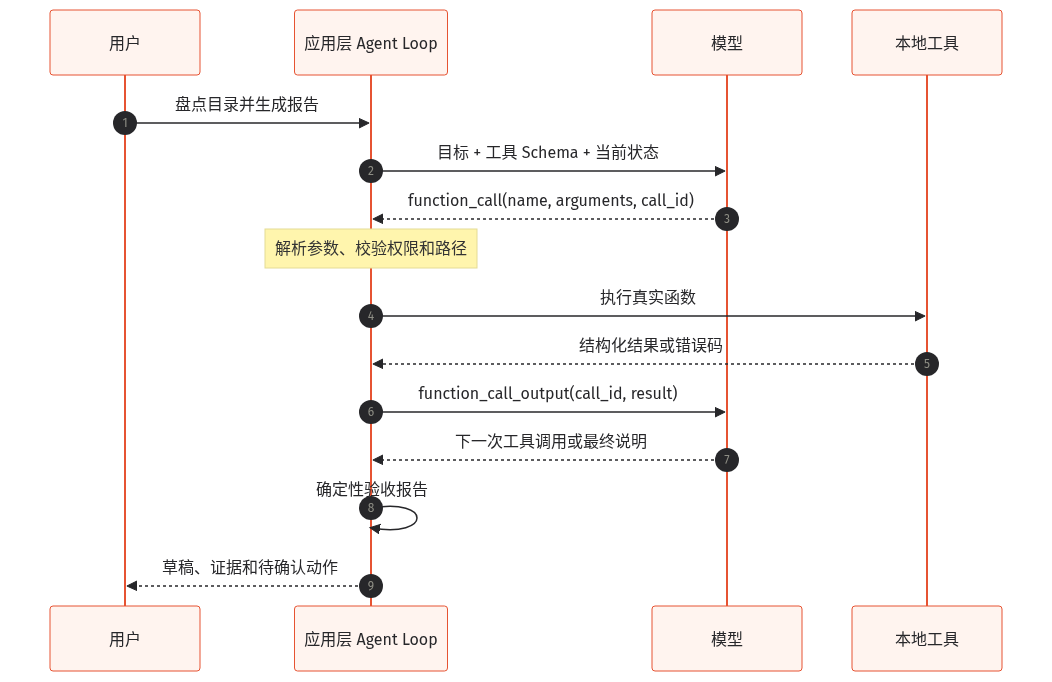
Before: docs/public/diagrams/agents/tool-calling-sequence.png, a diagram exported from Mermaid (xiaofengtongxue-lab/xiaofengtongxue_tech). Its source is kept beside it as docs/public/diagrams/agents/tool-calling-sequence.mmd. Source of this version:
```mermaid
%%{init: {"theme":"base","themeCSS":"#container { background-color: #ffffff; }","themeVariables":{"fontFamily":"Arial, sans-serif","primaryColor":"#FFF4EF","primaryBorderColor":"#E65332","primaryTextColor":"#27272A","lineColor":"#71717A","secondaryColor":"#EEF5FF","tertiaryColor":"#F4F4F5"}}}%%
sequenceDiagram
  autonumber
  participant U as 用户
  participant A as 应用层 Agent Loop
  participant M as 模型
  participant T as 本地工具

  U->>A: 盘点目录并生成报告
  A->>M: 目标 + 工具 Schema + 当前状态
  M-->>A: function_call(name, arguments, call_id)
  Note over A: 解析参数、校验权限和路径
  A->>T: 执行真实函数
  T-->>A: 结构化结果或错误码
  A->>M: function_call_output(call_id, result)
  M-->>A: 下一次工具调用或最终说明
  A->>A: 确定性验收报告
  A-->>U: 草稿、证据和待确认动作
```
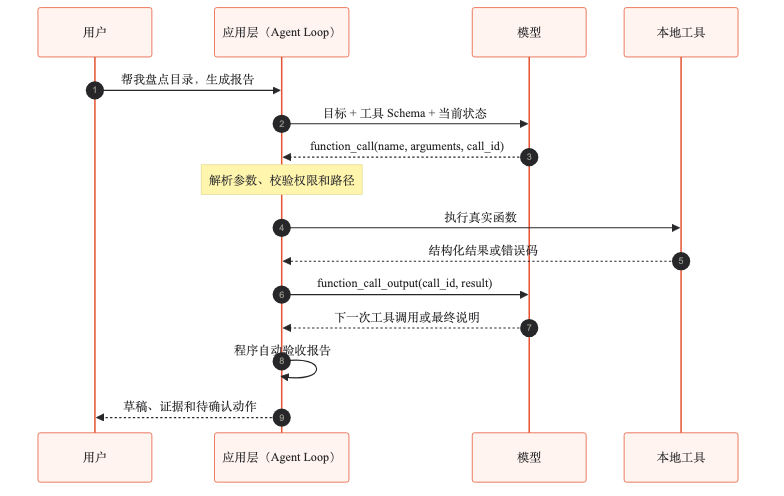
After the change.

Diff of the diagram source:
```diff
@@ -2,11 +2,11 @@
 sequenceDiagram
   autonumber
   participant U as 用户
-  participant A as 应用层 Agent Loop
+  participant A as 应用层（Agent Loop）
   participant M as 模型
   participant T as 本地工具
 
-  U->>A: 盘点目录并生成报告
+  U->>A: 帮我盘点目录，生成报告
   A->>M: 目标 + 工具 Schema + 当前状态
   M-->>A: function_call(name, arguments, call_id)
   Note over A: 解析参数、校验权限和路径
@@ -14,5 +14,5 @@
   T-->>A: 结构化结果或错误码
   A->>M: function_call_output(call_id, result)
   M-->>A: 下一次工具调用或最终说明
-  A->>A: 确定性验收报告
+  A->>A: 程序自动验收报告
   A-->>U: 草稿、证据和待确认动作
```
